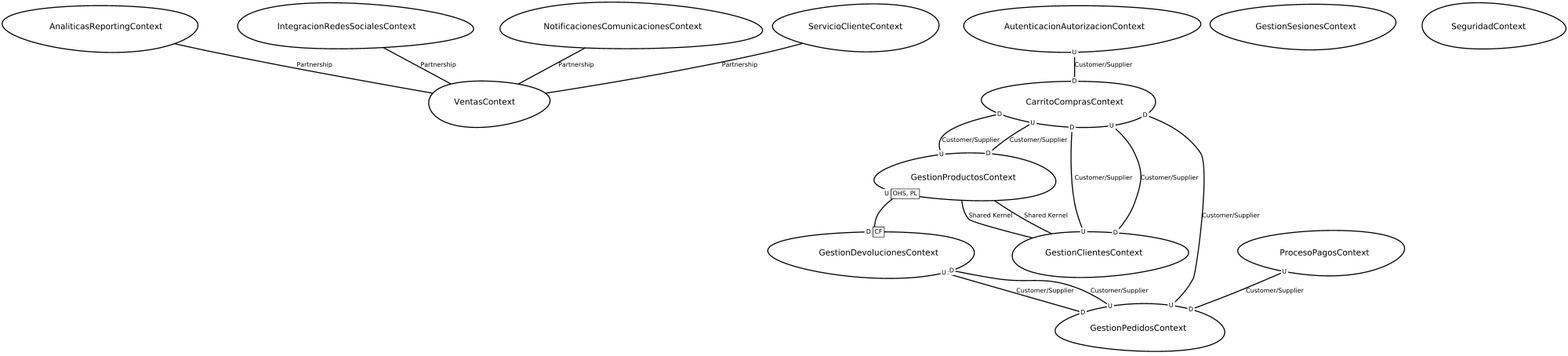
Before: src-gen/LAB02_proyectoEcomerce_ContexMapper_ContextMap.png, a diagram exported from Graphviz (Jhonat20/LAB02_proyectoEcomerce_ContexMapper). Its source is kept beside it as src-gen/LAB02_proyectoEcomerce_ContexMapper_ContextMap.gv.
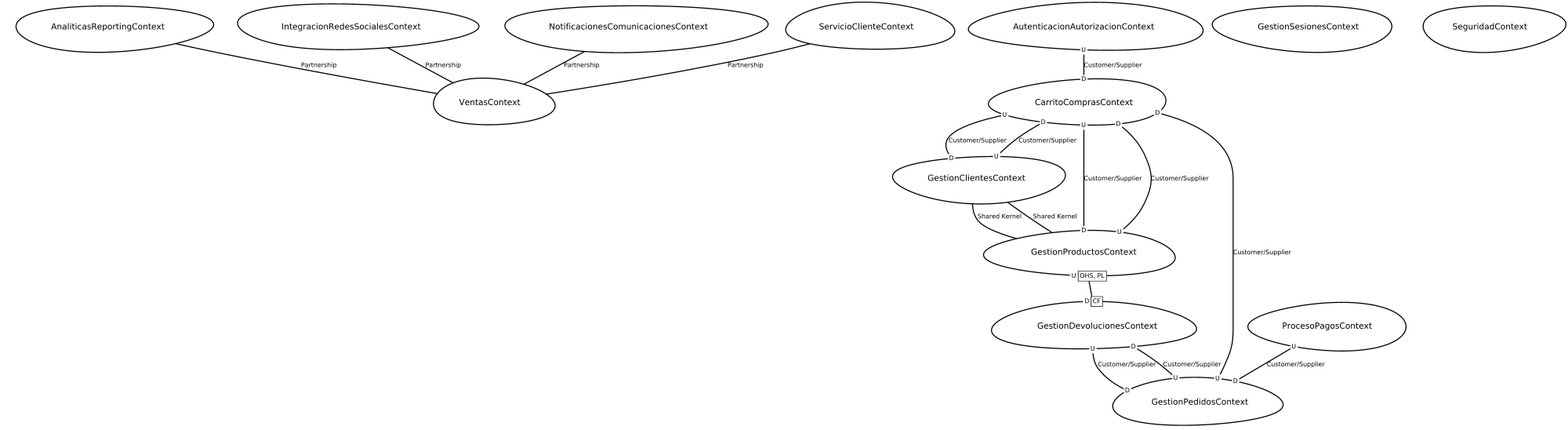
After the commit.

Diff of the diagram source:
```diff
@@ -1,21 +1,26 @@
 digraph "ContextMapGraph" {
 graph ["imagepath"="/tmp/GraphvizJava"]
-"AnaliticasReportingContext" ["margin"="0.3","orientation"="259","shape"="egg","fontsize"="16","style"="bold","label"="AnaliticasReportingContext\n","fontname"="sans-serif"]
-"VentasContext" ["margin"="0.3","orientation"="339","shape"="egg","fontsize"="16","style"="bold","label"="VentasContext\n","fontname"="sans-serif"]
-"AutenticacionAutorizacionContext" ["margin"="0.3","orientation"="163","shape"="egg","fontsize"="16","style"="bold","label"="AutenticacionAutorizacionContext\n","fontname"="sans-serif"]
-"CarritoComprasContext" ["margin"="0.3","orientation"="164","shape"="egg","fontsize"="16","style"="bold","label"="CarritoComprasContext\n","fontname"="sans-serif"]
-"GestionProductosContext" ["margin"="0.3","orientation"="189","shape"="egg","fontsize"="16","style"="bold","label"="GestionProductosContext\n","fontname"="sans-serif"]
-"GestionDevolucionesContext" ["margin"="0.3","orientation"="305","shape"="egg","fontsize"="16","style"="bold","label"="GestionDevolucionesContext\n","fontname"="sans-serif"]
-"GestionPedidosContext" ["margin"="0.3","orientation"="245","shape"="egg","fontsize"="16","style"="bold","label"="GestionPedidosContext\n","fontname"="sans-serif"]
-"GestionClientesContext" ["margin"="0.3","orientation"="70","shape"="egg","fontsize"="16","style"="bold","label"="GestionClientesContext\n","fontname"="sans-serif"]
-"GestionSesionesContext" ["margin"="0.3","orientation"="112","shape"="egg","fontsize"="16","style"="bold","label"="GestionSesionesContext\n","fontname"="sans-serif"]
-"IntegracionRedesSocialesContext" ["margin"="0.3","orientation"="292","shape"="egg","fontsize"="16","style"="bold","label"="IntegracionRedesSocialesContext\n","fontname"="sans-serif"]
-"NotificacionesComunicacionesContext" ["margin"="0.3","orientation"="119","shape"="egg","fontsize"="16","style"="bold","label"="NotificacionesComunicacionesContext\n","fontname"="sans-serif"]
-"ProcesoPagosContext" ["margin"="0.3","orientation"="69","shape"="egg","fontsize"="16","style"="bold","label"="ProcesoPagosContext\n","fontname"="sans-serif"]
-"SeguridadContext" ["margin"="0.3","orientation"="61","shape"="egg","fontsize"="16","style"="bold","label"="SeguridadContext\n","fontname"="sans-serif"]
-"ServicioClienteContext" ["margin"="0.3","orientation"="82","shape"="egg","fontsize"="16","style"="bold","label"="ServicioClienteContext\n","fontname"="sans-serif"]
+"AnaliticasReportingContext" ["margin"="0.3","orientation"="122","shape"="egg","fontsize"="16","style"="bold","label"="AnaliticasReportingContext\n","fontname"="sans-serif"]
+"VentasContext" ["margin"="0.3","orientation"="129","shape"="egg","fontsize"="16","style"="bold","label"="VentasContext\n","fontname"="sans-serif"]
+"AutenticacionAutorizacionContext" ["margin"="0.3","orientation"="202","shape"="egg","fontsize"="16","style"="bold","label"="AutenticacionAutorizacionContext\n","fontname"="sans-serif"]
+"CarritoComprasContext" ["margin"="0.3","orientation"="344","shape"="egg","fontsize"="16","style"="bold","label"="CarritoComprasContext\n","fontname"="sans-serif"]
+"GestionClientesContext" ["margin"="0.3","orientation"="242","shape"="egg","fontsize"="16","style"="bold","label"="GestionClientesContext\n","fontname"="sans-serif"]
+"GestionProductosContext" ["margin"="0.3","orientation"="261","shape"="egg","fontsize"="16","style"="bold","label"="GestionProductosContext\n","fontname"="sans-serif"]
+"GestionDevolucionesContext" ["margin"="0.3","orientation"="249","shape"="egg","fontsize"="16","style"="bold","label"="GestionDevolucionesContext\n","fontname"="sans-serif"]
+"GestionPedidosContext" ["margin"="0.3","orientation"="299","shape"="egg","fontsize"="16","style"="bold","label"="GestionPedidosContext\n","fontname"="sans-serif"]
+"GestionSesionesContext" ["margin"="0.3","orientation"="74","shape"="egg","fontsize"="16","style"="bold","label"="GestionSesionesContext\n","fontname"="sans-serif"]
+"IntegracionRedesSocialesContext" ["margin"="0.3","orientation"="54","shape"="egg","fontsize"="16","style"="bold","label"="IntegracionRedesSocialesContext\n","fontname"="sans-serif"]
+"NotificacionesComunicacionesContext" ["margin"="0.3","orientation"="321","shape"="egg","fontsize"="16","style"="bold","label"="NotificacionesComunicacionesContext\n","fontname"="sans-serif"]
+"ProcesoPagosContext" ["margin"="0.3","orientation"="250","shape"="egg","fontsize"="16","style"="bold","label"="ProcesoPagosContext\n","fontname"="sans-serif"]
+"SeguridadContext" ["margin"="0.3","orientation"="219","shape"="egg","fontsize"="16","style"="bold","label"="SeguridadContext\n","fontname"="sans-serif"]
+"ServicioClienteContext" ["margin"="0.3","orientation"="10","shape"="egg","fontsize"="16","style"="bold","label"="ServicioClienteContext\n","fontname"="sans-serif"]
 "AnaliticasReportingContext" -> "VentasContext" ["fontsize"="12","style"="bold","label"="Partnership","dir"="none","fontname"="sans-serif"]
 "AutenticacionAutorizacionContext" -> "CarritoComprasContext" ["headlabel"=<<table cellspacing="0" cellborder="0" border="0">
+<tr><td bgcolor="white">D</td></tr>
+</table>>,"labeldistance"="0","fontsize"="12","taillabel"=<<table cellspacing="0" cellborder="0" border="0">
+<tr><td bgcolor="white">U</td></tr>
+</table>>,"style"="bold","label"="Customer/Supplier","dir"="none","fontname"="sans-serif"]
+"CarritoComprasContext" -> "GestionClientesContext" ["headlabel"=<<table cellspacing="0" cellborder="0" border="0">
 <tr><td bgcolor="white">D</td></tr>
 </table>>,"labeldistance"="0","fontsize"="12","taillabel"=<<table cellspacing="0" cellborder="0" border="0">
 <tr><td bgcolor="white">U</td></tr>
@@ -25,7 +30,8 @@
 </table>>,"labeldistance"="0","fontsize"="12","taillabel"=<<table cellspacing="0" cellborder="0" border="0">
 <tr><td bgcolor="white">U</td></tr>
 </table>>,"style"="bold","label"="Customer/Supplier","dir"="none","fontname"="sans-serif"]
-"CarritoComprasContext" -> "GestionClientesContext" ["headlabel"=<<table cellspacing="0" cellborder="0" border="0">
+"GestionClientesContext" -> "GestionProductosContext" ["fontsize"="12","style"="bold","label"="Shared Kernel","dir"="none","fontname"="sans-serif"]
+"GestionClientesContext" -> "CarritoComprasContext" ["headlabel"=<<table cellspacing="0" cellborder="0" border="0">
 <tr><td bgcolor="white">D</td></tr>
 </table>>,"labeldistance"="0","fontsize"="12","taillabel"=<<table cellspacing="0" cellborder="0" border="0">
 <tr><td bgcolor="white">U</td></tr>
@@ -46,18 +52,12 @@
 </table>>,"labeldistance"="0","fontsize"="12","taillabel"=<<table cellspacing="0" cellborder="0" border="0">
 <tr><td bgcolor="white">U</td></tr>
 </table>>,"style"="bold","label"="Customer/Supplier","dir"="none","fontname"="sans-serif"]
-"GestionPedidosContext" -> "GestionDevolucionesContext" ["headlabel"=<<table cellspacing="0" cellborder="0" border="0">
-<tr><td bgcolor="white">D</td></tr>
-</table>>,"labeldistance"="0","fontsize"="12","taillabel"=<<table cellspacing="0" cellborder="0" border="0">
-<tr><td bgcolor="white">U</td></tr>
-</table>>,"style"="bold","label"="Customer/Supplier","dir"="none","fontname"="sans-serif"]
 "GestionPedidosContext" -> "CarritoComprasContext" ["headlabel"=<<table cellspacing="0" cellborder="0" border="0">
 <tr><td bgcolor="white">D</td></tr>
 </table>>,"labeldistance"="0","fontsize"="12","taillabel"=<<table cellspacing="0" cellborder="0" border="0">
 <tr><td bgcolor="white">U</td></tr>
 </table>>,"style"="bold","label"="Customer/Supplier","dir"="none","fontname"="sans-serif"]
-"GestionClientesContext" -> "GestionProductosContext" ["fontsize"="12","style"="bold","label"="Shared Kernel","dir"="none","fontname"="sans-serif"]
-"GestionClientesContext" -> "CarritoComprasContext" ["headlabel"=<<table cellspacing="0" cellborder="0" border="0">
+"GestionPedidosContext" -> "GestionDevolucionesContext" ["headlabel"=<<table cellspacing="0" cellborder="0" border="0">
 <tr><td bgcolor="white">D</td></tr>
 </table>>,"labeldistance"="0","fontsize"="12","taillabel"=<<table cellspacing="0" cellborder="0" border="0">
 <tr><td bgcolor="white">U</td></tr>
```
